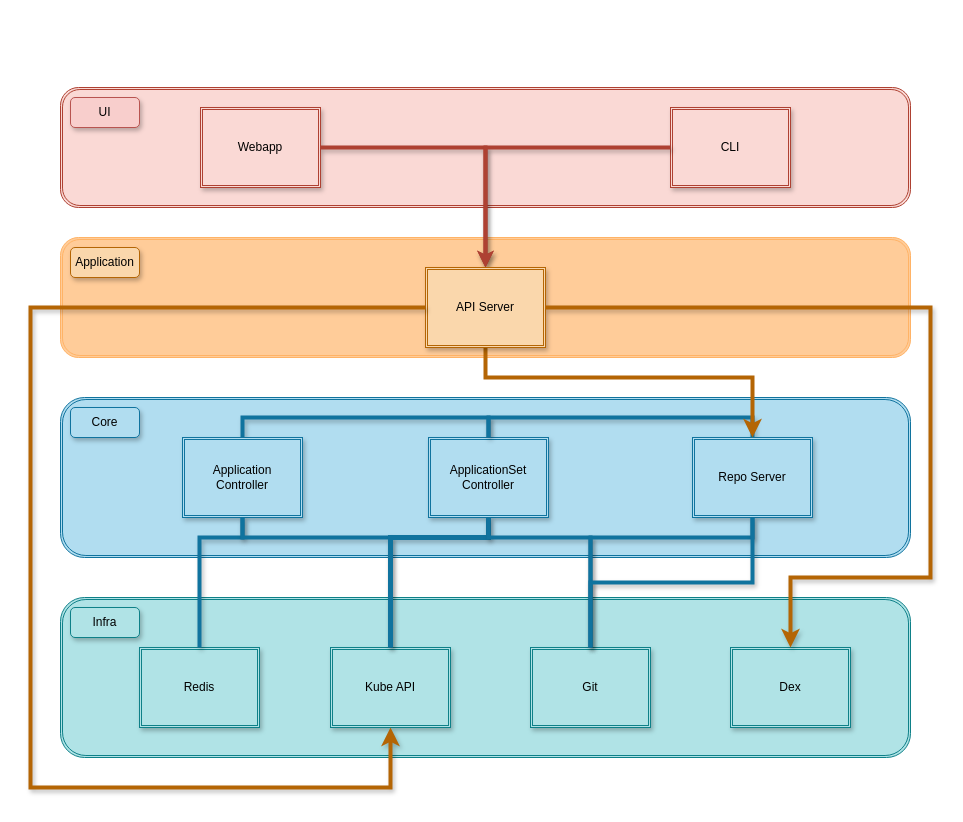
Above: Untitled Diagram.drawio in jibonilla03/DrawIO (draw.io), before the change. Source tidied: cells renumbered, new cells numbered last; positions are measured from the earlier drawing's top-left corner, leaving out a move shared by most shapes. Both pictures are drawn from the tidied source at 100%, with x=0, y=0 at pixel (30, 87).
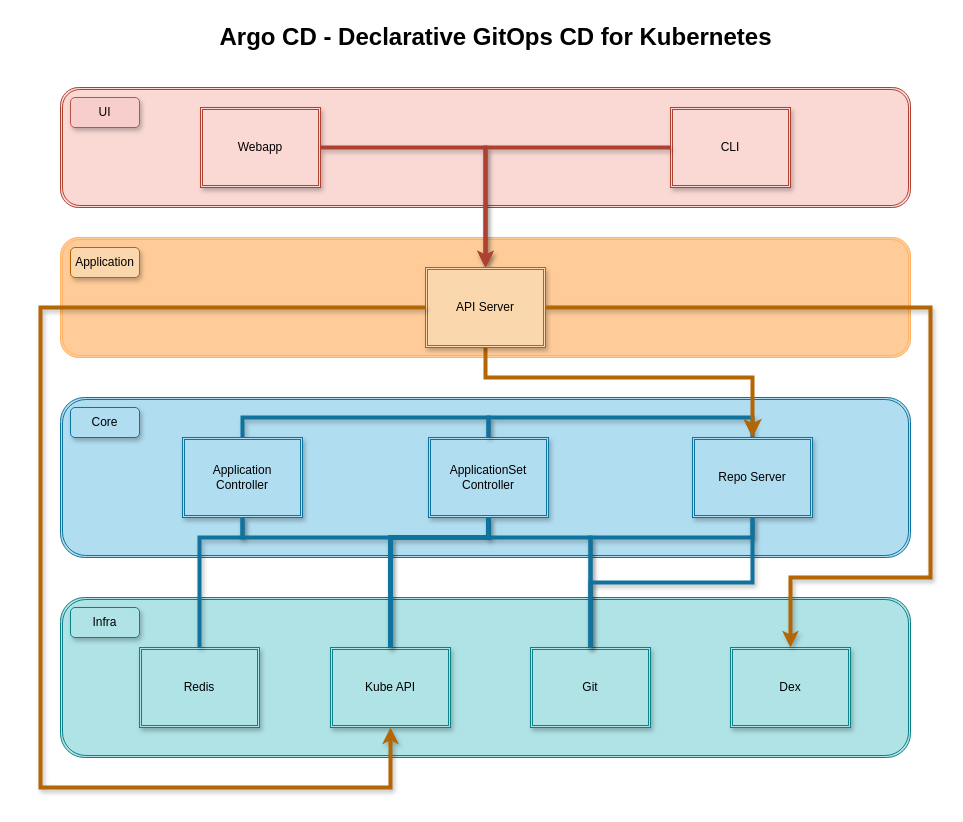
Above is the later version.

The change refers to these unchanged cells:
```xml
<mxCell id="18" value="API Server" style="shape=ext;double=1;rounded=0;whiteSpace=wrap;html=1;fillColor=#fad7ac;strokeColor=#b46504;shadow=1;" parent="1" vertex="1">
  <mxGeometry x="395" y="180" width="120" height="80" as="geometry" />
</mxCell>
<mxCell id="22" value="Kube API" style="shape=ext;double=1;rounded=0;whiteSpace=wrap;html=1;fillColor=#b0e3e6;strokeColor=#0e8088;shadow=1;" parent="1" vertex="1">
  <mxGeometry x="300" y="560" width="120" height="80" as="geometry" />
</mxCell>
<mxCell id="24" value="Dex" style="shape=ext;double=1;rounded=0;whiteSpace=wrap;html=1;fillColor=#b0e3e6;strokeColor=#0e8088;shadow=1;" parent="1" vertex="1">
  <mxGeometry x="700" y="560" width="120" height="80" as="geometry" />
</mxCell>
```

What changed in the source:
```diff
@@
-    <mxCell id="25" style="edgeStyle=orthogonalEdgeStyle;rounded=0;jettySize=auto;html=1;exitX=1;exitY=0.5;exitDx=0;exitDy=0;entryX=0.5;entryY=0;entryDx=0;entryDy=0;flowAnimation=1;strokeWidth=4;fillColor=#fad7ac;strokeColor=#b46504;shadow=1;" parent="1" edge="1" source="18" target="24">
+    <mxCell id="25" style="edgeStyle=orthogonalEdgeStyle;rounded=0;jettySize=auto;html=1;exitX=1;exitY=0.5;exitDx=0;exitDy=0;entryX=0.5;entryY=0;entryDx=0;entryDy=0;flowAnimation=1;strokeWidth=4;fillColor=#fad7ac;strokeColor=#b46504;shadow=1;endSize=4;startSize=4;" parent="1" edge="1" source="18" target="24">
       <mxGeometry relative="1" as="geometry">
         <Array as="points">
           <mxPoint x="900" y="220" />
           <mxPoint x="900" y="490" />
           <mxPoint x="760" y="490" />
         </Array>
       </mxGeometry>
     </mxCell>
-    <mxCell id="26" style="edgeStyle=orthogonalEdgeStyle;rounded=0;jettySize=auto;html=1;exitX=0;exitY=0.5;exitDx=0;exitDy=0;entryX=0.5;entryY=1;entryDx=0;entryDy=0;fillColor=#fad7ac;strokeColor=#b46504;flowAnimation=1;strokeWidth=4;shadow=1;" parent="1" edge="1" source="18" target="22">
+    <mxCell id="26" style="edgeStyle=orthogonalEdgeStyle;rounded=0;jettySize=auto;html=1;exitX=0;exitY=0.5;exitDx=0;exitDy=0;entryX=0.5;entryY=1;entryDx=0;entryDy=0;fillColor=#fad7ac;strokeColor=#b46504;flowAnimation=1;strokeWidth=4;shadow=1;endSize=4;startSize=4;" parent="1" edge="1" source="18" target="22">
       <mxGeometry relative="1" as="geometry">
         <Array as="points">
-          <mxPoint y="220" />
-          <mxPoint y="700" />
+          <mxPoint x="10" y="220" />
+          <mxPoint x="10" y="700" />
           <mxPoint x="360" y="700" />
         </Array>
       </mxGeometry>
     </mxCell>
@@
+    <mxCell id="33" value="Argo CD - Declarative GitOps CD for Kubernetes" style="text;strokeColor=none;fillColor=none;html=1;fontSize=24;fontStyle=1;verticalAlign=middle;align=center;" parent="1" vertex="1">
+      <mxGeometry x="415" y="-70" width="100" height="40" as="geometry" />
+    </mxCell>
```
